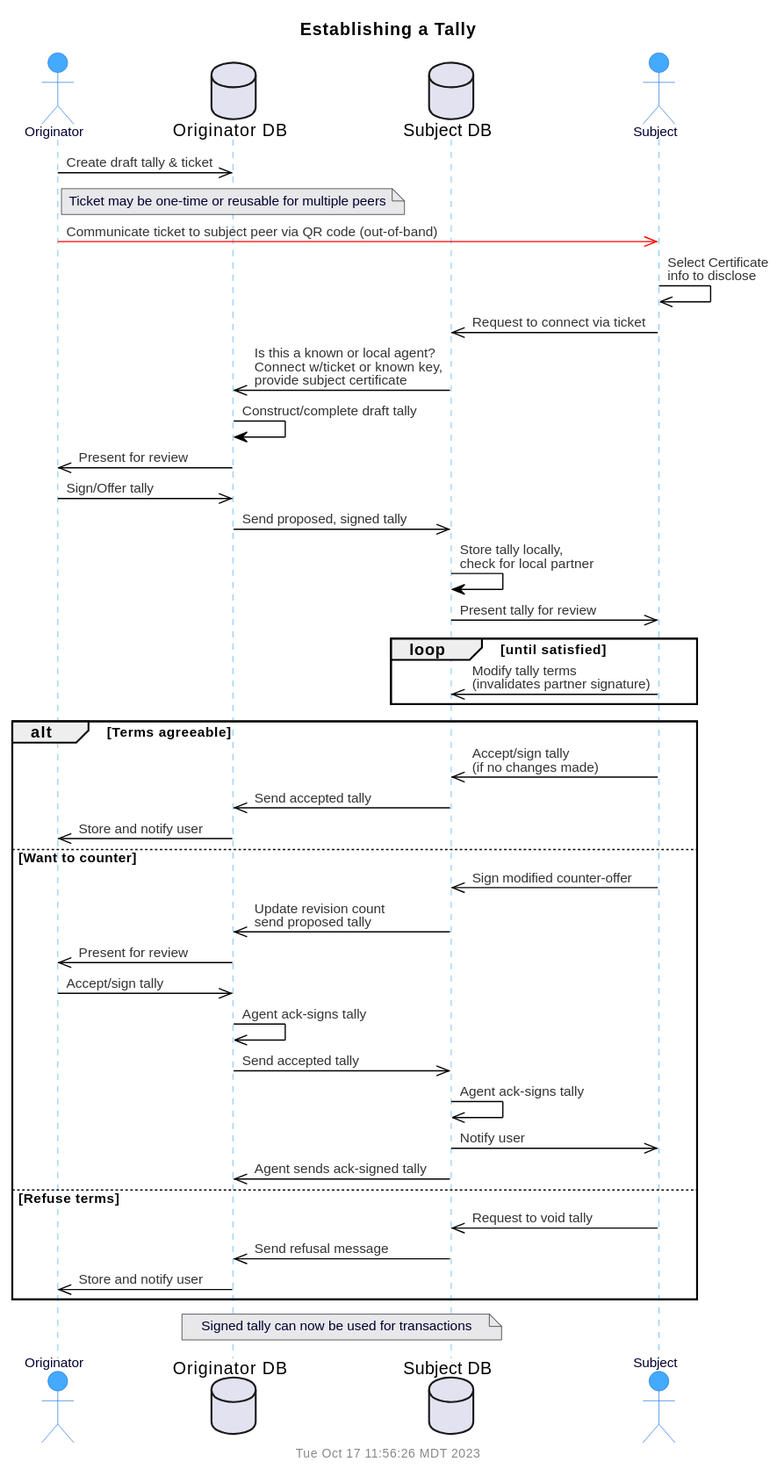
Above: doc/uml/seq-tally.svg in gotchoices/MyCHIPs (PlantUML), before the change.
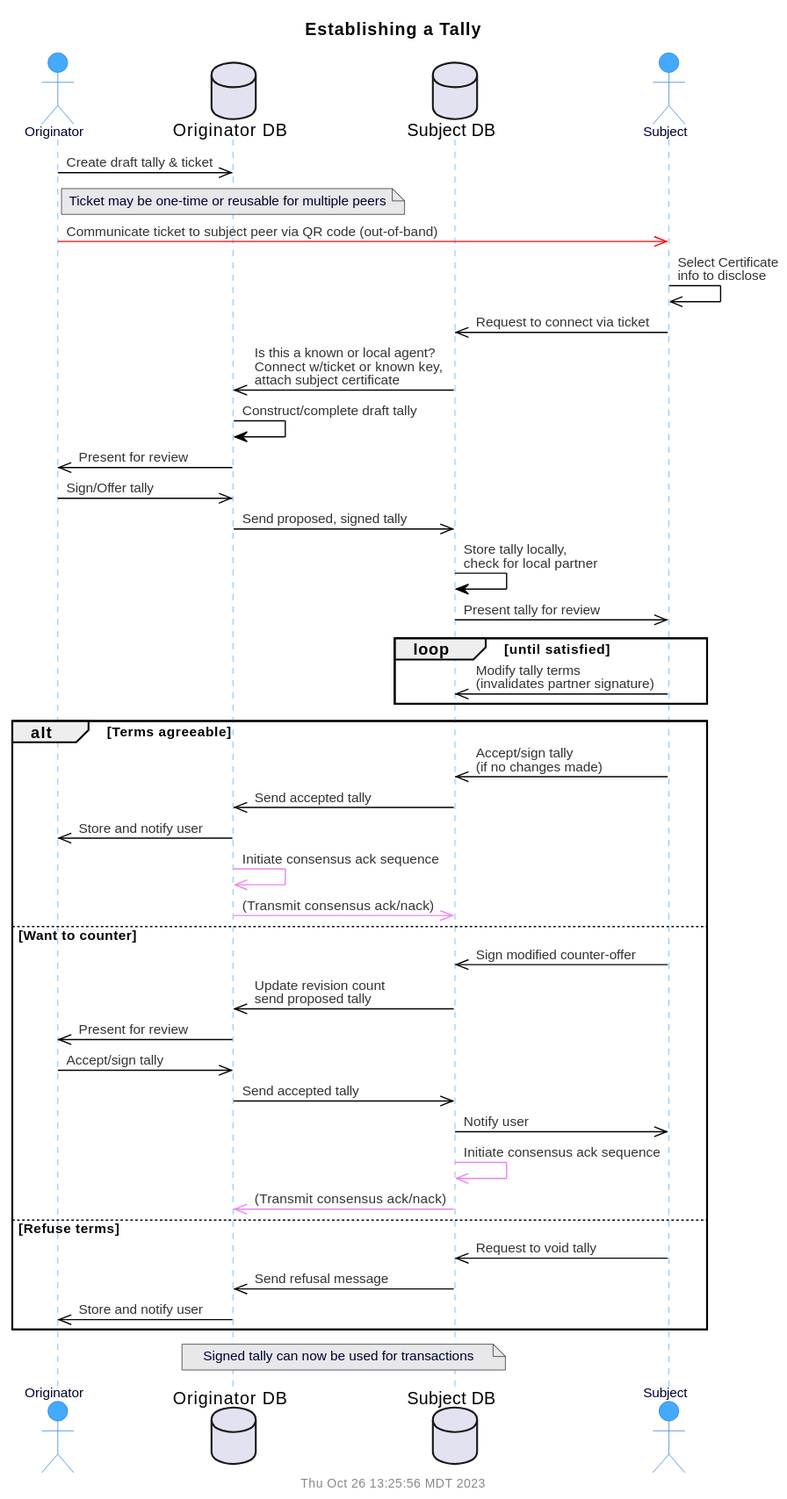
After the change.

Commit message:
Implement tally revision code

What changed in the source:
```diff
@@ -13,7 +13,7 @@
 prop	-[#red]>> subj:		Communicate ticket to subject peer via QR code (out-of-band)
 subj	->>	subj:		Select Certificate\ninfo to disclose
 subj	->>	subjDB:		Request to connect via ticket
-subjDB	->>	propDB:		Is this a known or local agent?\nConnect w/ticket or known key,\nprovide subject certificate
+subjDB	->>	propDB:		Is this a known or local agent?\nConnect w/ticket or known key,\nattach subject certificate
 propDB	->	propDB:		Construct/complete draft tally
 propDB	->>	prop:		Present for review
 prop	->>	propDB:		Sign/Offer tally
@@ -28,17 +28,18 @@
  subj	->>	subjDB:		Accept/sign tally\n(if no changes made)
  subjDB ->>	propDB:		Send accepted tally
  propDB	->>	prop:		Store and notify user
+ propDB -[#violet]>>	propDB:		Initiate consensus ack sequence
+ propDB -[#violet]>>	subjDB:		(Transmit consensus ack/nack)
 
 else Want to counter
  subj	->>	subjDB:		Sign modified counter-offer
  subjDB	->>	propDB:		Update revision count\nsend proposed tally
  propDB	->>	prop:		Present for review
  prop	->>	propDB:		Accept/sign tally
- propDB	->>	propDB:		Agent ack-signs tally
  propDB	->>	subjDB:		Send accepted tally
- subjDB	->>	subjDB:		Agent ack-signs tally
  subjDB	->>	subj:		Notify user
- subjDB	->>	propDB:		Agent sends ack-signed tally
+ subjDB -[#violet]>>	subjDB:		Initiate consensus ack sequence
+ subjDB -[#violet]>>	propDB:		(Transmit consensus ack/nack)
 
 else Refuse terms
  subj	->>	subjDB:		Request to void tally
```
